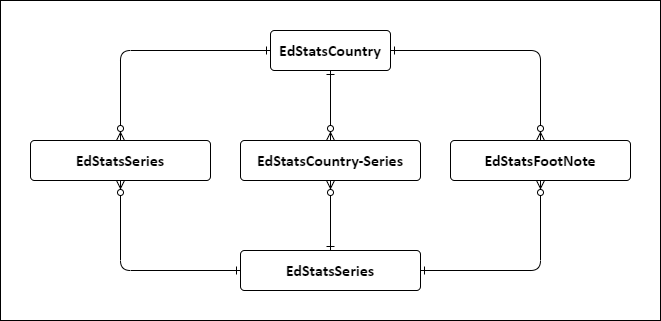
Before: projet/img/entity_relationship.png, a diagram exported from draw.io (samirhinojosa/OC-P2-education-statistics). Source tidied: cells renumbered, new cells last; positions are measured from the earlier drawing's top-left corner, leaving out a move shared by most shapes.
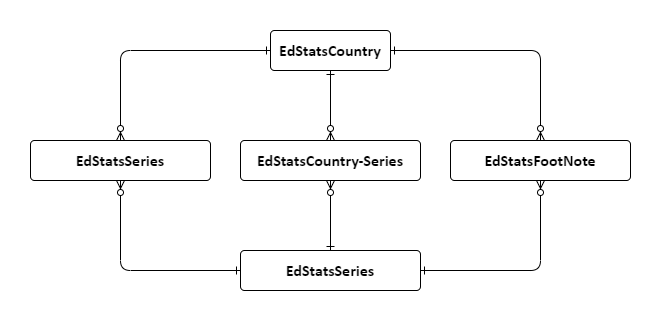
Later version of the same file.

The edit, as a diff of the source:
```diff
@@ -2,9 +2,9 @@
   <root>
     <mxCell id="0" />
     <mxCell id="1" parent="0" />
-    <mxCell id="2" style="rounded=0;whiteSpace=wrap;html=1;" parent="1" vertex="1">
-      <mxGeometry width="660" height="320" as="geometry" />
-    </mxCell>
+    <mxCell id="14" style="rounded=0;whiteSpace=wrap;html=1;strokeColor=none;" parent="1" vertex="1">
+      <mxGeometry width="660" height="320" as="geometry" />
+    </mxCell>
     <mxCell id="3" style="edgeStyle=orthogonalEdgeStyle;rounded=1;jettySize=auto;html=1;entryX=0.5;entryY=0;entryDx=0;entryDy=0;startArrow=ERone;startFill=0;endArrow=ERzeroToMany;endFill=1;" parent="1" edge="1" source="5" target="13">
       <mxGeometry relative="1" as="geometry" />
     </mxCell>
```
